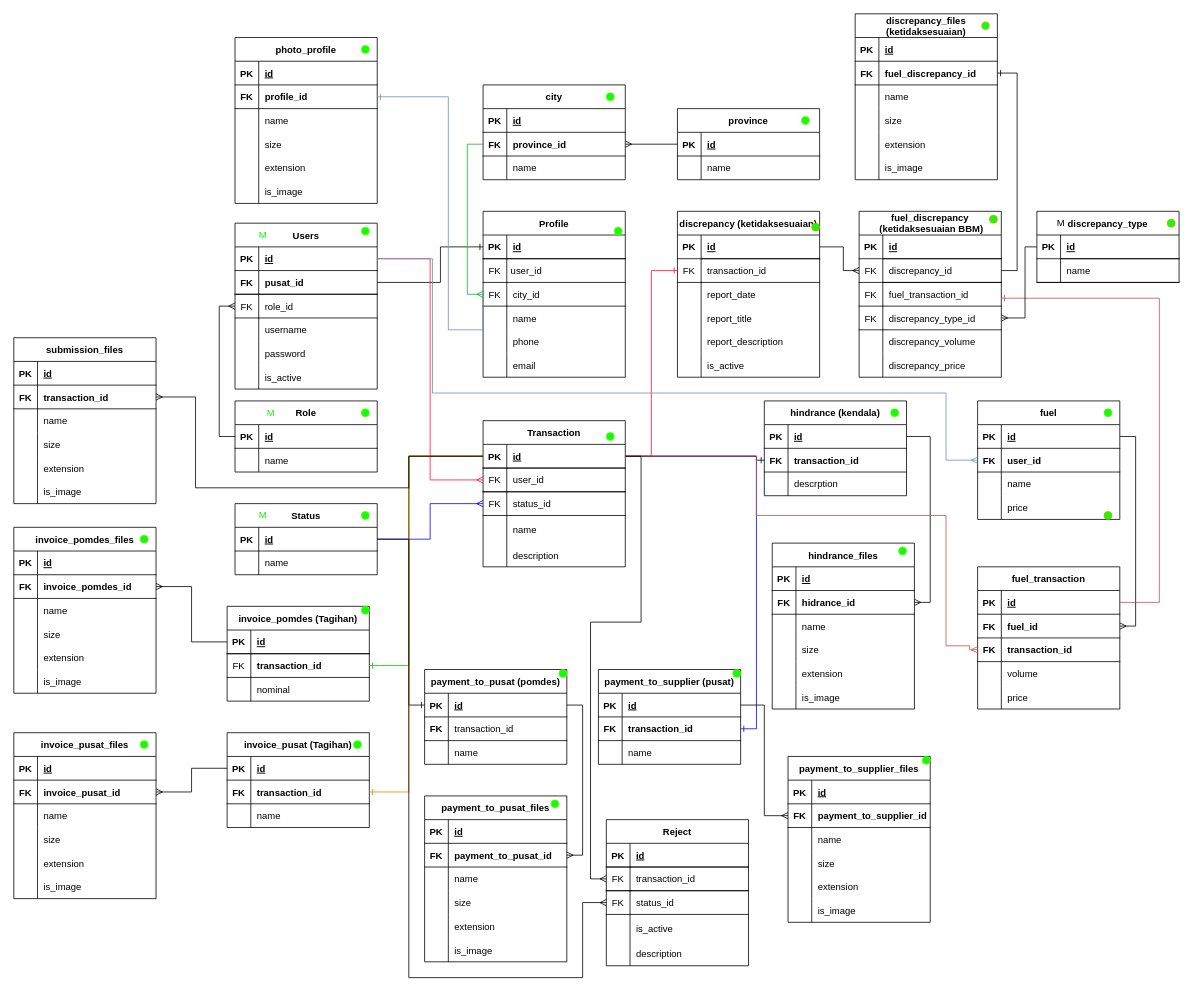
Before: PomdesDB.drawio in Faris072/pomdes, a draw.io diagram. Source tidied: cells renumbered, new cells numbered last; positions are measured from the earlier drawing's top-left corner, leaving out a move shared by most shapes. Both pictures are drawn from the tidied source at 79%, with x=0, y=0 at pixel (13, 13).
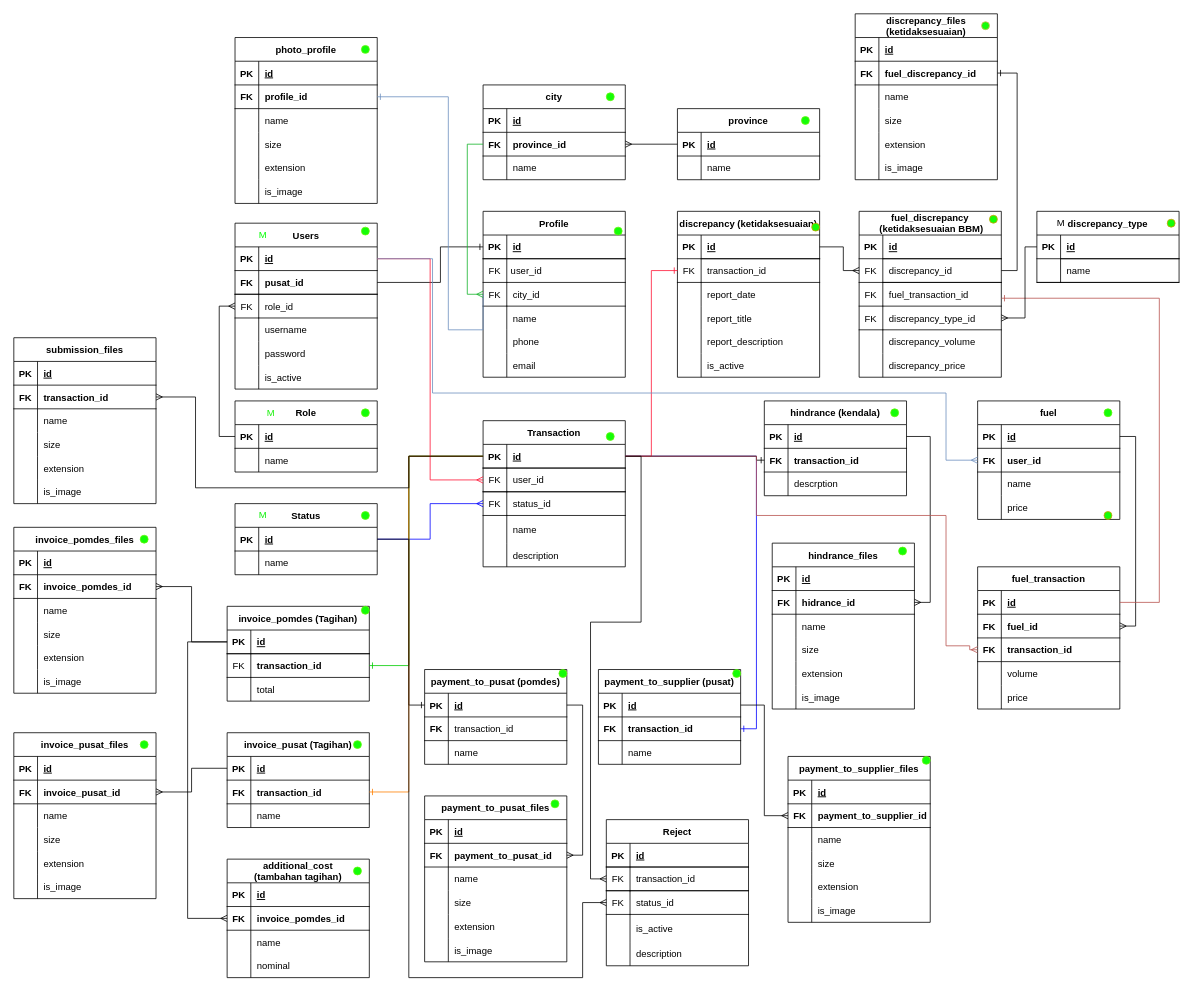
After the change.

Unchanged cells that the change refers to:
```xml
<mxCell id="75" style="shape=tableRow;horizontal=0;startSize=0;swimlaneHead=0;swimlaneBody=0;fillColor=none;points=[[0,0.5],[1,0.5]];portConstraint=eastwest;top=0;left=0;right=0;bottom=1;" parent="74" vertex="1">
  <mxGeometry y="30" width="180" height="30" as="geometry" />
</mxCell>
<mxCell id="81" style="shape=tableRow;horizontal=0;startSize=0;swimlaneHead=0;swimlaneBody=0;fillColor=none;top=0;left=0;right=0;bottom=0;" parent="74" vertex="1">
  <mxGeometry y="90" width="180" height="30" as="geometry" />
</mxCell>
```

Change to the diagram source:
```diff
@@
-    <mxCell id="83" value="nominal" style="shape=partialRectangle;fillColor=none;top=0;left=0;bottom=0;right=0;align=left;spacingLeft=6;overflow=hidden;" parent="81" vertex="1">
+    <mxCell id="83" value="total" style="shape=partialRectangle;fillColor=none;top=0;left=0;bottom=0;right=0;align=left;spacingLeft=6;overflow=hidden;" parent="81" vertex="1">
       <mxGeometry x="30" width="150" height="30" as="geometry" />
     </mxCell>
@@
+    <mxCell id="435" value="additional_cost &#10;(tambahan tagihan)" style="shape=table;startSize=30;childLayout=tableLayout;rowLines=0;fontStyle=1;align=center;" parent="1" vertex="1">
+      <mxGeometry x="270" y="1070" width="180" height="150" as="geometry" />
+    </mxCell>
+    <mxCell id="436" style="shape=tableRow;horizontal=0;startSize=0;swimlaneHead=0;swimlaneBody=0;fillColor=none;top=0;left=0;right=0;bottom=1;" parent="435" vertex="1">
+      <mxGeometry y="30" width="180" height="30" as="geometry" />
+    </mxCell>
+    <mxCell id="437" value="PK" style="shape=partialRectangle;fillColor=none;top=0;left=0;bottom=0;right=0;fontStyle=1;overflow=hidden;" parent="436" vertex="1">
+      <mxGeometry width="30" height="30" as="geometry" />
+    </mxCell>
+    <mxCell id="438" value="id" style="shape=partialRectangle;fillColor=none;top=0;left=0;bottom=0;right=0;align=left;spacingLeft=6;fontStyle=5;overflow=hidden;" parent="436" vertex="1">
+      <mxGeometry x="30" width="150" height="30" as="geometry" />
+    </mxCell>
+    <mxCell id="439" style="shape=tableRow;horizontal=0;startSize=0;swimlaneHead=0;swimlaneBody=0;fillColor=none;top=0;left=0;right=0;bottom=1;" parent="435" vertex="1">
+      <mxGeometry y="60" width="180" height="30" as="geometry" />
+    </mxCell>
+    <mxCell id="440" value="FK" style="shape=partialRectangle;fillColor=none;top=0;left=0;bottom=0;right=0;fontStyle=1;overflow=hidden;" parent="439" vertex="1">
+      <mxGeometry width="30" height="30" as="geometry" />
+    </mxCell>
+    <mxCell id="441" value="invoice_pomdes_id" style="shape=partialRectangle;fillColor=none;top=0;left=0;bottom=0;right=0;align=left;spacingLeft=6;fontStyle=1;overflow=hidden;" parent="439" vertex="1">
+      <mxGeometry x="30" width="150" height="30" as="geometry" />
+    </mxCell>
+    <mxCell id="442" style="shape=tableRow;horizontal=0;startSize=0;swimlaneHead=0;swimlaneBody=0;fillColor=none;top=0;left=0;right=0;bottom=0;" parent="435" vertex="1">
+      <mxGeometry y="90" width="180" height="30" as="geometry" />
+    </mxCell>
+    <mxCell id="443" style="shape=partialRectangle;fillColor=none;top=0;left=0;bottom=0;right=0;overflow=hidden;" parent="442" vertex="1">
+      <mxGeometry width="30" height="30" as="geometry" />
+    </mxCell>
+    <mxCell id="444" value="name" style="shape=partialRectangle;fillColor=none;top=0;left=0;bottom=0;right=0;align=left;spacingLeft=6;overflow=hidden;" parent="442" vertex="1">
+      <mxGeometry x="30" width="150" height="30" as="geometry" />
+    </mxCell>
+    <mxCell id="445" style="shape=tableRow;horizontal=0;startSize=0;swimlaneHead=0;swimlaneBody=0;fillColor=none;top=0;left=0;right=0;bottom=0;" parent="435" vertex="1">
+      <mxGeometry y="120" width="180" height="30" as="geometry" />
+    </mxCell>
+    <mxCell id="446" style="shape=partialRectangle;fillColor=none;top=0;left=0;bottom=0;right=0;overflow=hidden;" parent="445" vertex="1">
+      <mxGeometry width="30" height="30" as="geometry" />
+    </mxCell>
+    <mxCell id="447" value="nominal" style="shape=partialRectangle;fillColor=none;top=0;left=0;bottom=0;right=0;align=left;spacingLeft=6;overflow=hidden;" parent="445" vertex="1">
+      <mxGeometry x="30" width="150" height="30" as="geometry" />
+    </mxCell>
+    <mxCell id="448" style="edgeStyle=orthogonalEdgeStyle;rounded=0;jettySize=auto;html=1;entryX=0;entryY=0.5;entryDx=0;entryDy=0;endArrow=ERmany;endFill=0;exitX=0;exitY=0.5;exitDx=0;exitDy=0;" parent="1" edge="1" source="75" target="435">
+      <mxGeometry relative="1" as="geometry">
+        <Array as="points">
+          <mxPoint x="220" y="795" />
+          <mxPoint x="220" y="1145" />
+        </Array>
+      </mxGeometry>
+    </mxCell>
+    <mxCell id="449" style="ellipse;whiteSpace=wrap;html=1;fillColor=#14fd08;strokeColor=#62f90b;" parent="1" vertex="1">
+      <mxGeometry x="430" y="1080" width="10" height="10" as="geometry" />
+    </mxCell>
```
